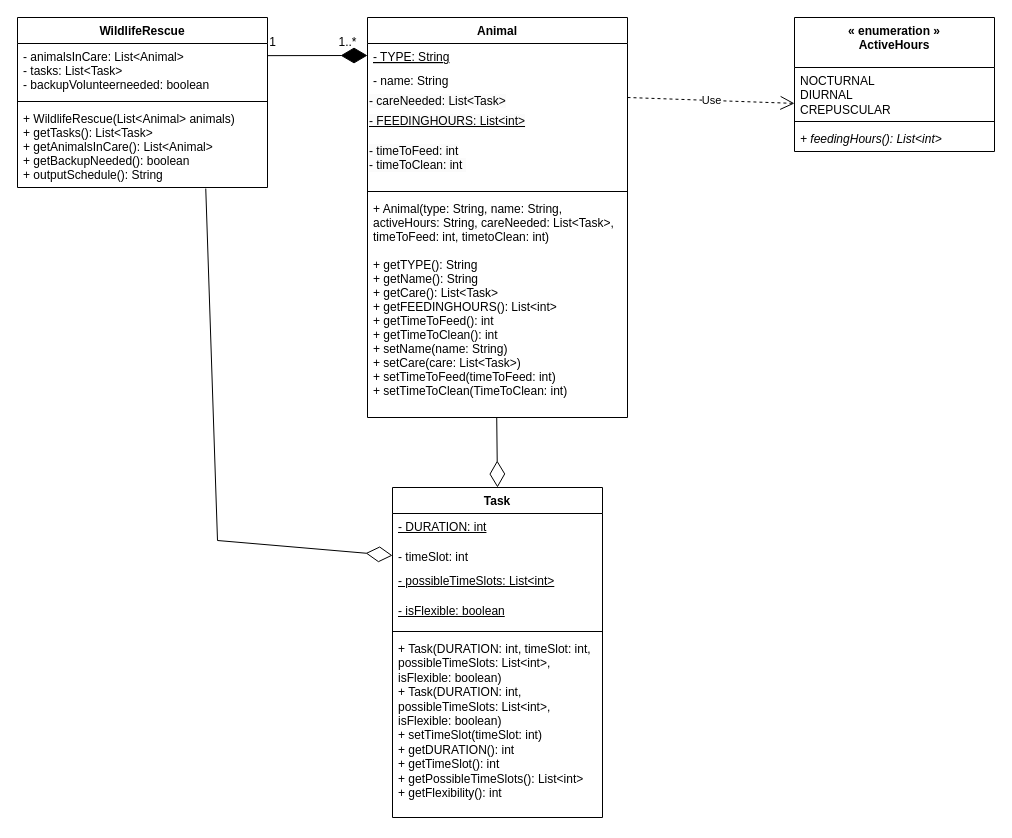
Earlier version of the draw.io diagram 64.drawio (aryan-karadia/Mock-Schedule-Builder). Source tidied: cells renumbered, new cells numbered last; positions are measured from the earlier drawing's top-left corner, leaving out a move shared by most shapes. Both pictures are drawn from the tidied source at 100%, with x=0, y=0 at pixel (17, 17).
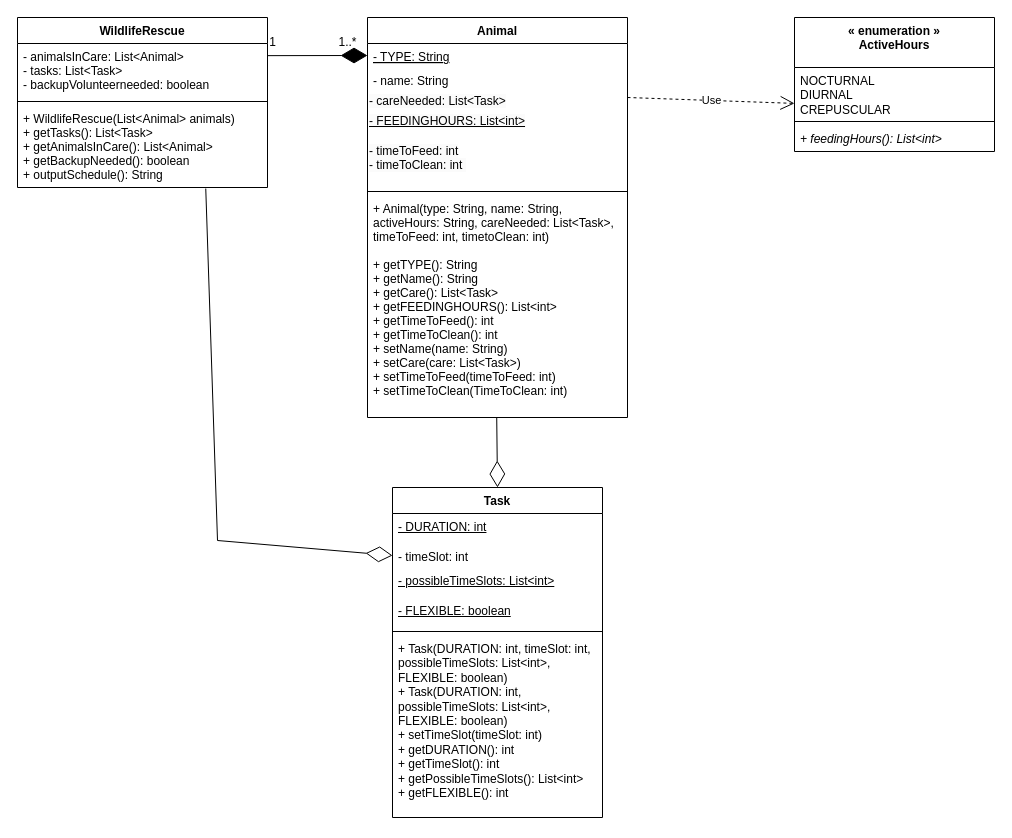
After the change.

The change refers to these unchanged cells:
```xml
<mxCell id="20" value="Task" style="swimlane;fontStyle=1;align=center;verticalAlign=top;horizontal=1;startSize=26;whiteSpace=wrap;html=1;" parent="1" vertex="1">
  <mxGeometry x="375" y="470" width="210" height="330" as="geometry" />
</mxCell>
```

What changed in the source:
```diff
@@
-    <mxCell id="24" value="&lt;u&gt;- isFlexible: boolean&lt;/u&gt;" style="text;strokeColor=none;fillColor=none;align=left;verticalAlign=top;spacingLeft=4;spacingRight=4;overflow=hidden;whiteSpace=wrap;html=1;" parent="20" vertex="1">
+    <mxCell id="24" value="&lt;u&gt;- FLEXIBLE: boolean&lt;/u&gt;" style="text;strokeColor=none;fillColor=none;align=left;verticalAlign=top;spacingLeft=4;spacingRight=4;overflow=hidden;whiteSpace=wrap;html=1;" parent="20" vertex="1">
       <mxGeometry y="110" width="210" height="30" as="geometry" />
     </mxCell>
@@
-    <mxCell id="26" value="+ Task(DURATION: int, timeSlot: int, possibleTimeSlots: List&amp;lt;int&amp;gt;, isFlexible: boolean)&lt;br&gt;+ Task(DURATION: int, possibleTimeSlots: List&amp;lt;int&amp;gt;, isFlexible: boolean)&lt;br&gt;+ setTimeSlot(timeSlot: int)&lt;br&gt;+ getDURATION(): int&lt;br&gt;+ getTimeSlot(): int&lt;br&gt;+ getPossibleTimeSlots(): List&amp;lt;int&amp;gt;&lt;br&gt;+ getFlexibility(): int" style="text;strokeColor=none;fillColor=none;align=left;verticalAlign=top;spacingLeft=4;spacingRight=4;overflow=hidden;whiteSpace=wrap;html=1;" parent="20" vertex="1">
+    <mxCell id="26" value="+ Task(DURATION: int, timeSlot: int, possibleTimeSlots: List&amp;lt;int&amp;gt;, FLEXIBLE: boolean)&lt;br&gt;+ Task(DURATION: int, possibleTimeSlots: List&amp;lt;int&amp;gt;, FLEXIBLE: boolean)&lt;br&gt;+ setTimeSlot(timeSlot: int)&lt;br&gt;+ getDURATION(): int&lt;br&gt;+ getTimeSlot(): int&lt;br&gt;+ getPossibleTimeSlots(): List&amp;lt;int&amp;gt;&lt;br&gt;+ getFLEXIBLE(): int" style="text;strokeColor=none;fillColor=none;align=left;verticalAlign=top;spacingLeft=4;spacingRight=4;overflow=hidden;whiteSpace=wrap;html=1;" parent="20" vertex="1">
       <mxGeometry y="148" width="210" height="182" as="geometry" />
     </mxCell>
```
